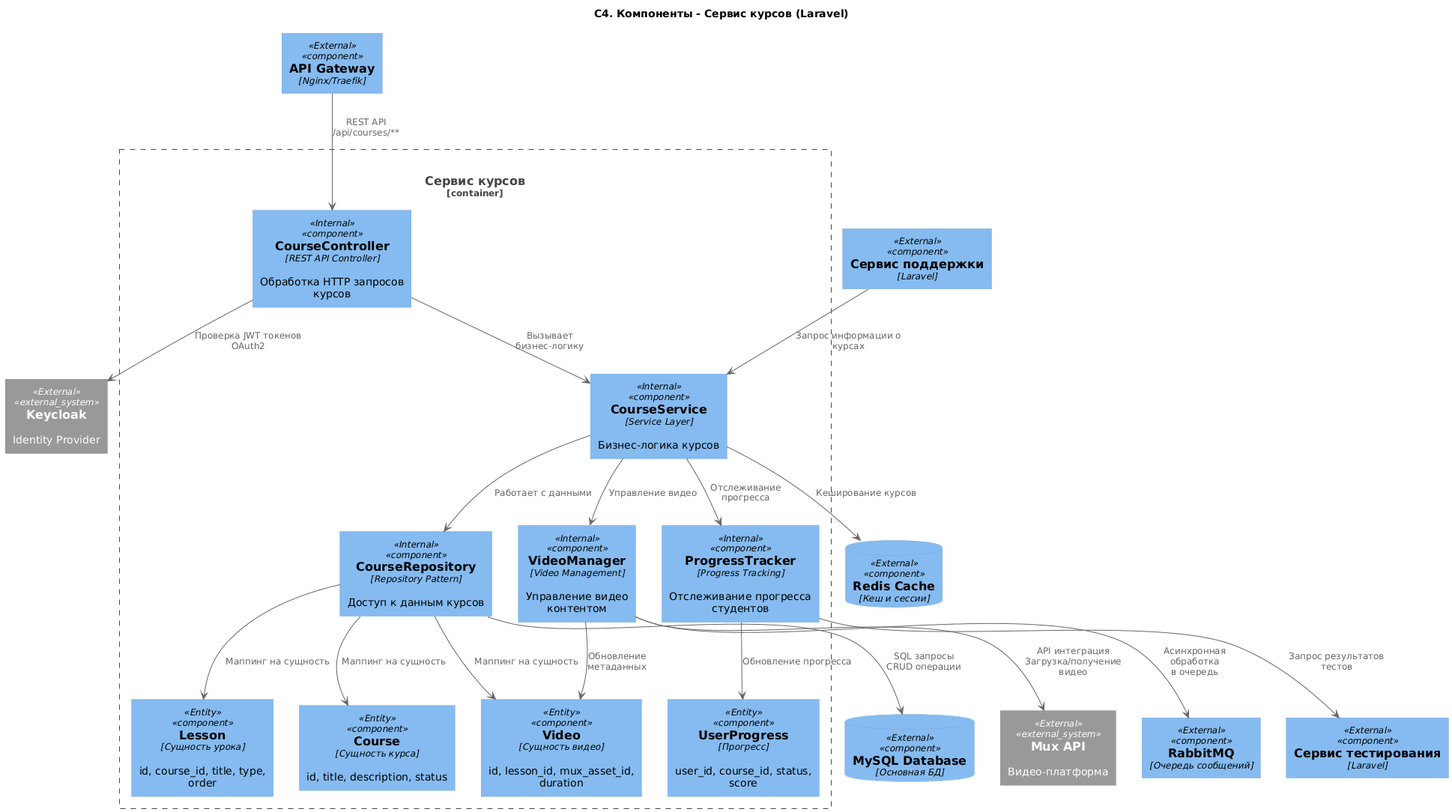
Above: C4/Component.png in RubyDes/RPO (PlantUML), before the change.
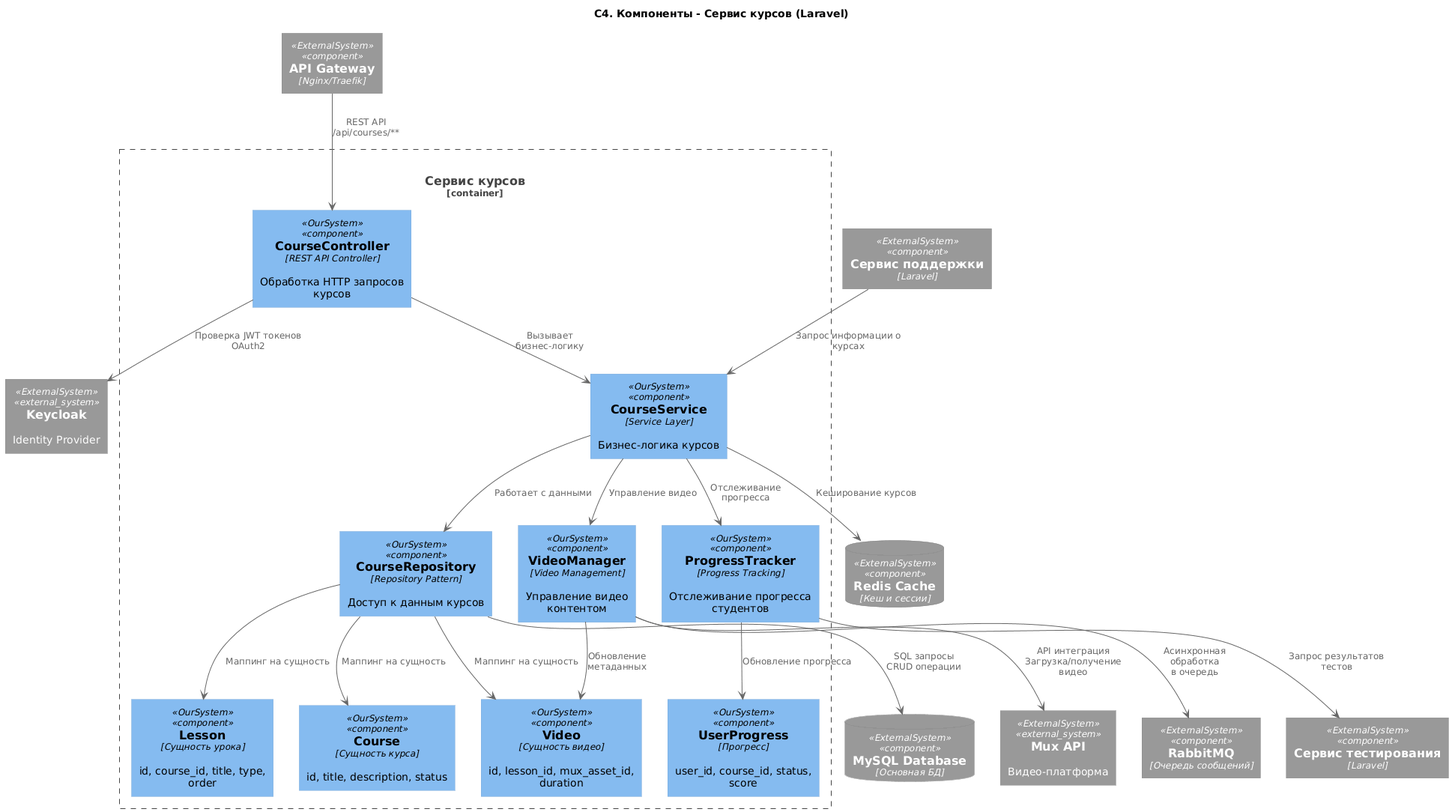
The same file after the commit.

The edit, as a diff of the source:
```diff
@@ -4,36 +4,37 @@
 title "C4. Компоненты - Сервис курсов (Laravel)"
 
 skinparam component {
-    BackgroundColor<<Internal>> #E8F5E8
-    BackgroundColor<<External>> #F0F0F0
-    BackgroundColor<<Entity>> #FFF3E0
-    BorderColor<<External>> #999999
-    FontColor<<External>> #666666
+    BackgroundColor<<OurSystem>> #D4EDDA
+    BackgroundColor<<ExternalSystem>> #E9ECEF
+    BorderColor<<OurSystem>> #28A745
+    BorderColor<<ExternalSystem>> #6C757D
+    FontColor<<OurSystem>> #155724
+    FontColor<<ExternalSystem>> #495057
 }
 
 Container_Boundary(courseServiceContainer, "Сервис курсов", "PHP/Laravel", "Управление курсами, уроками и видео") {
 
-    Component(courseController, "CourseController", "REST API Controller", "Обработка HTTP запросов курсов", $tags="Internal")
-    Component(courseService, "CourseService", "Service Layer", "Бизнес-логика курсов", $tags="Internal")
-    Component(courseRepository, "CourseRepository", "Repository Pattern", "Доступ к данным курсов", $tags="Internal")
-    Component(videoManager, "VideoManager", "Video Management", "Управление видео контентом", $tags="Internal")
-    Component(progressTracker, "ProgressTracker", "Progress Tracking", "Отслеживание прогресса студентов", $tags="Internal")
+    Component(courseController, "CourseController", "REST API Controller", "Обработка HTTP запросов курсов", $tags="OurSystem")
+    Component(courseService, "CourseService", "Service Layer", "Бизнес-логика курсов", $tags="OurSystem")
+    Component(courseRepository, "CourseRepository", "Repository Pattern", "Доступ к данным курсов", $tags="OurSystem")
+    Component(videoManager, "VideoManager", "Video Management", "Управление видео контентом", $tags="OurSystem")
+    Component(progressTracker, "ProgressTracker", "Progress Tracking", "Отслеживание прогресса студентов", $tags="OurSystem")
 
-    Component(courseEntity, "Course", "Сущность курса", "id, title, description, status", $tags="Entity")
-    Component(lessonEntity, "Lesson", "Сущность урока", "id, course_id, title, type, order", $tags="Entity")
-    Component(videoEntity, "Video", "Сущность видео", "id, lesson_id, mux_asset_id, duration", $tags="Entity")
-    Component(userProgressEntity, "UserProgress", "Прогресс", "user_id, course_id, status, score", $tags="Entity")
+    Component(courseEntity, "Course", "Сущность курса", "id, title, description, status", $tags="OurSystem")
+    Component(lessonEntity, "Lesson", "Сущность урока", "id, course_id, title, type, order", $tags="OurSystem")
+    Component(videoEntity, "Video", "Сущность видео", "id, lesson_id, mux_asset_id, duration", $tags="OurSystem")
+    Component(userProgressEntity, "UserProgress", "Прогресс", "user_id, course_id, status, score", $tags="OurSystem")
 }
 
-System_Ext(muxService, "Mux API", "Видео-платформа", $tags="External")
-System_Ext(keycloakService, "Keycloak", "Identity Provider", $tags="External")
-ComponentDb(mysqlDB, "MySQL Database", "Основная БД", $tags="External")
-ComponentDb(redisCache, "Redis Cache", "Кеш и сессии", $tags="External")
-Component(queueService, "RabbitMQ", "Очередь сообщений", $tags="External")
+System_Ext(muxService, "Mux API", "Видео-платформа", $tags="ExternalSystem")
+System_Ext(keycloakService, "Keycloak", "Identity Provider", $tags="ExternalSystem")
+ComponentDb(mysqlDB, "MySQL Database", "Основная БД", $tags="ExternalSystem")
+ComponentDb(redisCache, "Redis Cache", "Кеш и сессии", $tags="ExternalSystem")
+Component(queueService, "RabbitMQ", "Очередь сообщений", $tags="ExternalSystem")
 
-Component(apiGateway, "API Gateway", "Nginx/Traefik", $tags="External")
-Component(testingService, "Сервис тестирования", "Laravel", $tags="External")
-Component(supportService, "Сервис поддержки", "Laravel", $tags="External")
+Component(apiGateway, "API Gateway", "Nginx/Traefik", $tags="ExternalSystem")
+Component(testingService, "Сервис тестирования", "Laravel", $tags="ExternalSystem")
+Component(supportService, "Сервис поддержки", "Laravel", $tags="ExternalSystem")
 
 apiGateway --> courseController : "REST API\n/api/courses/**"
 
@@ -59,18 +60,4 @@
 courseService --> redisCache : "Кеширование курсов"
 
 supportService --> courseService : "Запрос информации о курсах"
-
-UpdateElementStyle(courseEntity, $bgColor="#FFF3E0")
-UpdateElementStyle(lessonEntity, $bgColor="#FFF3E0")
-UpdateElementStyle(videoEntity, $bgColor="#FFF3E0")
-UpdateElementStyle(userProgressEntity, $bgColor="#FFF3E0")
-
-UpdateElementStyle(muxService, $bgColor="#F0F0F0", $borderColor="#999999", $fontColor="#666666")
-UpdateElementStyle(keycloakService, $bgColor="#F0F0F0", $borderColor="#999999", $fontColor="#666666")
-UpdateElementStyle(mysqlDB, $bgColor="#F0F0F0", $borderColor="#999999", $fontColor="#666666")
-UpdateElementStyle(redisCache, $bgColor="#F0F0F0", $borderColor="#999999", $fontColor="#666666")
-UpdateElementStyle(queueService, $bgColor="#F0F0F0", $borderColor="#999999", $fontColor="#666666")
-UpdateElementStyle(apiGateway, $bgColor="#F0F0F0", $borderColor="#999999", $fontColor="#666666")
-UpdateElementStyle(testingService, $bgColor="#F0F0F0", $borderColor="#999999", $fontColor="#666666")
-UpdateElementStyle(supportService, $bgColor="#F0F0F0", $borderColor="#999999", $fontColor="#666666")
 @enduml
```
